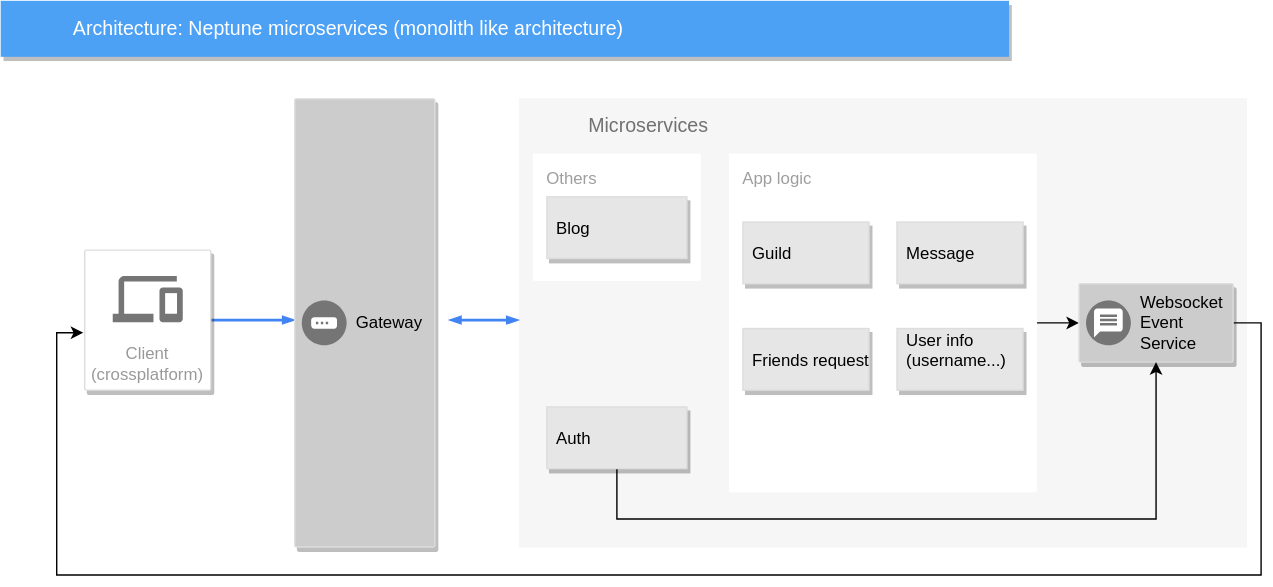
Earlier version of the draw.io export diagram/diagram.svg (NeptuneOrg/guideline). Source tidied: cells renumbered, new cells last; positions are measured from the earlier drawing's top-left corner, leaving out a move shared by most shapes.
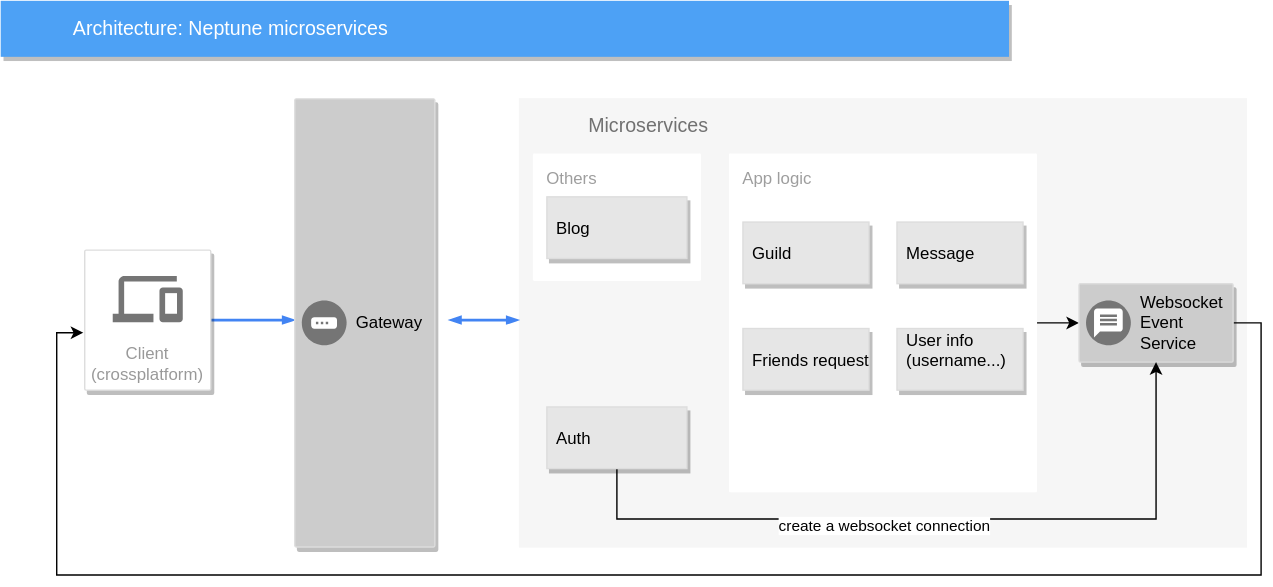
After the change.

The edit, as a diff of the source:
```diff
@@ -5,7 +5,7 @@
     <mxCell id="2" value="&lt;div&gt;Microservices&lt;/div&gt;" style="fillColor=#F6F6F6;strokeColor=none;shadow=0;gradientColor=none;fontSize=14;align=left;spacing=10;fontColor=#717171;9E9E9E;verticalAlign=top;spacingTop=-4;fontStyle=0;spacingLeft=40;html=1;" parent="1" vertex="1">
       <mxGeometry x="370" y="69.5" width="520" height="321" as="geometry" />
     </mxCell>
-    <mxCell id="3" value="Architecture: Neptune microservices (monolith like architecture)" style="fillColor=#4DA1F5;strokeColor=none;shadow=1;gradientColor=none;fontSize=14;align=left;spacingLeft=50;fontColor=#ffffff;html=1;" parent="1" vertex="1">
+    <mxCell id="3" value="Architecture: Neptune microservices" style="fillColor=#4DA1F5;strokeColor=none;shadow=1;gradientColor=none;fontSize=14;align=left;spacingLeft=50;fontColor=#ffffff;html=1;" parent="1" vertex="1">
       <mxGeometry width="720" height="40" as="geometry" />
     </mxCell>
     <mxCell id="4" style="edgeStyle=orthogonalEdgeStyle;rounded=0;html=1;labelBackgroundColor=none;startFill=1;startSize=4;endArrow=blockThin;endFill=1;endSize=4;jettySize=auto;strokeColor=#4284F3;strokeWidth=2;fontSize=12;fontColor=#000000;align=left;dashed=0;" parent="1" edge="1" source="5">
@@ -87,6 +87,11 @@
         </Array>
       </mxGeometry>
     </mxCell>
+    <mxCell id="23" value="create a websocket connection" style="edgeLabel;html=1;align=center;verticalAlign=middle;" parent="19" vertex="1">
+      <mxGeometry x="-0.06" y="-4" relative="1" as="geometry">
+        <mxPoint x="-24" as="offset" />
+      </mxGeometry>
+    </mxCell>
     <mxCell id="20" value="Auth" style="dashed=0;strokeColor=#dddddd;shadow=1;strokeWidth=1;labelPosition=center;verticalLabelPosition=middle;align=left;verticalAlign=middle;spacingLeft=5;fontSize=12;fillColor=#E6E6E6;" parent="1" vertex="1">
       <mxGeometry x="390" y="290" width="100" height="44" as="geometry" />
     </mxCell>
```
